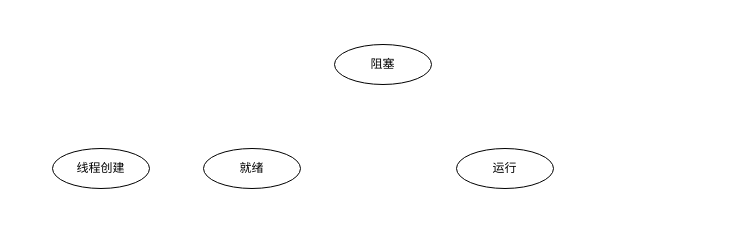
Earlier version of the draw.io diagram thread.drawio (200928/image). Source tidied: cells renumbered, new cells numbered last; positions are measured from the earlier drawing's top-left corner, leaving out a move shared by most shapes. Both pictures are drawn from the tidied source at 100%, with x=0, y=0 at pixel (52, 44).
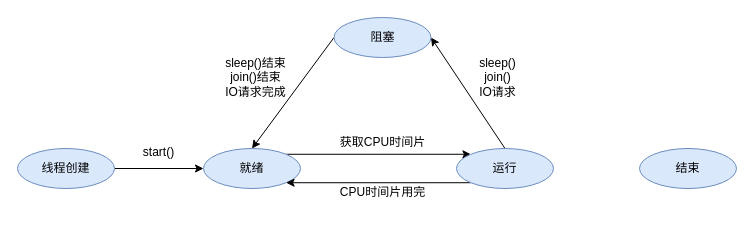
After the change.

The edit, as a diff of the source:
```diff
@@
 <mxGraphModel>
   <root>
     <mxCell id="0" />
     <mxCell id="1" parent="0" />
+    <mxCell id="6" style="edgeStyle=orthogonalEdgeStyle;rounded=0;jettySize=auto;html=1;exitX=1;exitY=0.5;exitDx=0;exitDy=0;entryX=0;entryY=0.5;entryDx=0;entryDy=0;" parent="1" edge="1" source="2" target="3">
+      <mxGeometry relative="1" as="geometry" />
+    </mxCell>
-    <mxCell id="2" value="线程创建" style="ellipse;whiteSpace=wrap;html=1;" parent="1" vertex="1">
-      <mxGeometry y="104" width="97" height="40" as="geometry" />
+    <mxCell id="2" value="线程创建" style="ellipse;whiteSpace=wrap;html=1;fillColor=#dae8fc;strokeColor=#6c8ebf;" parent="1" vertex="1">
+      <mxGeometry x="-35" y="104" width="97" height="40" as="geometry" />
     </mxCell>
+    <mxCell id="7" style="edgeStyle=orthogonalEdgeStyle;rounded=0;jettySize=auto;html=1;exitX=1;exitY=0;exitDx=0;exitDy=0;entryX=0;entryY=0;entryDx=0;entryDy=0;" parent="1" edge="1" source="3" target="4">
+      <mxGeometry relative="1" as="geometry" />
+    </mxCell>
-    <mxCell id="3" value="就绪" style="ellipse;whiteSpace=wrap;html=1;" parent="1" vertex="1">
+    <mxCell id="3" value="就绪" style="ellipse;whiteSpace=wrap;html=1;fillColor=#dae8fc;strokeColor=#6c8ebf;" parent="1" vertex="1">
       <mxGeometry x="151" y="104" width="97" height="40" as="geometry" />
     </mxCell>
+    <mxCell id="8" style="edgeStyle=orthogonalEdgeStyle;rounded=0;jettySize=auto;html=1;exitX=0;exitY=1;exitDx=0;exitDy=0;entryX=1;entryY=1;entryDx=0;entryDy=0;" parent="1" edge="1" source="4" target="3">
+      <mxGeometry relative="1" as="geometry" />
+    </mxCell>
+    <mxCell id="9" style="rounded=0;jettySize=auto;html=1;exitX=0.5;exitY=0;exitDx=0;exitDy=0;entryX=1;entryY=0.5;entryDx=0;entryDy=0;" parent="1" edge="1" source="4" target="5">
+      <mxGeometry relative="1" as="geometry" />
+    </mxCell>
-    <mxCell id="4" value="运行" style="ellipse;whiteSpace=wrap;html=1;" parent="1" vertex="1">
+    <mxCell id="4" value="运行" style="ellipse;whiteSpace=wrap;html=1;fillColor=#dae8fc;strokeColor=#6c8ebf;" parent="1" vertex="1">
       <mxGeometry x="404" y="104" width="97" height="40" as="geometry" />
     </mxCell>
+    <mxCell id="10" style="rounded=0;jettySize=auto;html=1;exitX=0;exitY=0.5;exitDx=0;exitDy=0;entryX=0.5;entryY=0;entryDx=0;entryDy=0;" parent="1" edge="1" source="5" target="3">
+      <mxGeometry relative="1" as="geometry" />
+    </mxCell>
-    <mxCell id="5" value="阻塞" style="ellipse;whiteSpace=wrap;html=1;" parent="1" vertex="1">
-      <mxGeometry x="282" width="97" height="40" as="geometry" />
+    <mxCell id="5" value="阻塞" style="ellipse;whiteSpace=wrap;html=1;fillColor=#dae8fc;strokeColor=#6c8ebf;" parent="1" vertex="1">
+      <mxGeometry x="281.5" y="-27" width="97" height="40" as="geometry" />
     </mxCell>
+    <mxCell id="11" value="结束" style="ellipse;whiteSpace=wrap;html=1;fillColor=#dae8fc;strokeColor=#6c8ebf;" parent="1" vertex="1">
+      <mxGeometry x="587" y="104" width="97" height="40" as="geometry" />
+    </mxCell>
+    <mxCell id="12" value="start()" style="text;html=1;align=center;verticalAlign=middle;strokeColor=none;fillColor=none;" parent="1" vertex="1">
+      <mxGeometry x="76" y="93" width="60" height="30" as="geometry" />
+    </mxCell>
+    <mxCell id="13" value="&lt;div&gt;获取CPU时间片&lt;/div&gt;" style="text;html=1;align=center;verticalAlign=middle;strokeColor=none;fillColor=none;" parent="1" vertex="1">
+      <mxGeometry x="275" y="83" width="110" height="30" as="geometry" />
+    </mxCell>
+    <mxCell id="14" value="CPU时间片用完" style="text;html=1;align=center;verticalAlign=middle;strokeColor=none;fillColor=none;" parent="1" vertex="1">
+      <mxGeometry x="275" y="133" width="110" height="30" as="geometry" />
+    </mxCell>
+    <mxCell id="15" value="&lt;div&gt;sleep()&lt;/div&gt;&lt;div&gt;join()&lt;/div&gt;IO请求" style="text;html=1;align=center;verticalAlign=middle;strokeColor=none;fillColor=none;" parent="1" vertex="1">
+      <mxGeometry x="415" y="3" width="60" height="60" as="geometry" />
+    </mxCell>
+    <mxCell id="16" value="&lt;div&gt;sleep()结束&lt;/div&gt;&lt;div&gt;join()结束&lt;/div&gt;IO请求完成" style="text;html=1;align=center;verticalAlign=middle;strokeColor=none;fillColor=none;" parent="1" vertex="1">
+      <mxGeometry x="158" y="3" width="90" height="60" as="geometry" />
+    </mxCell>
   </root>
 </mxGraphModel>
```
